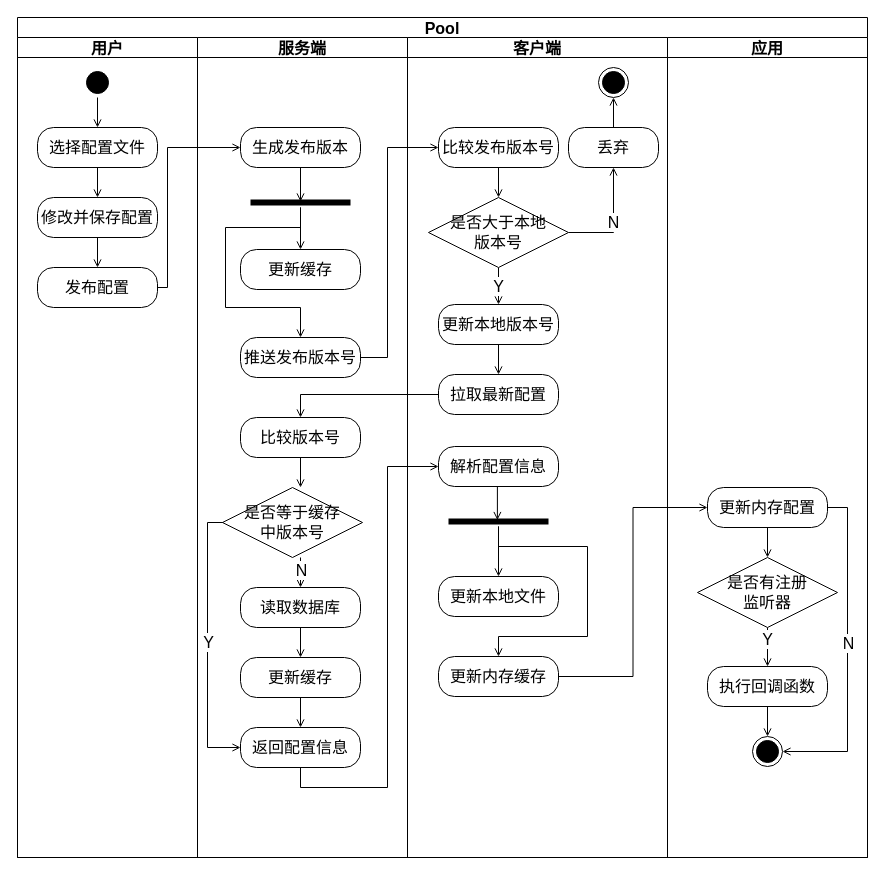
Earlier version of the draw.io diagram page "活动图" (7 of 7) of structure.drawio (WWj5921/ConfigCenter). Source tidied: cells renumbered, new cells numbered last; positions are measured from the earlier drawing's top-left corner, leaving out a move shared by most shapes. Both pictures are drawn from the tidied source at 100%, with x=0, y=0 at pixel (17, 17).
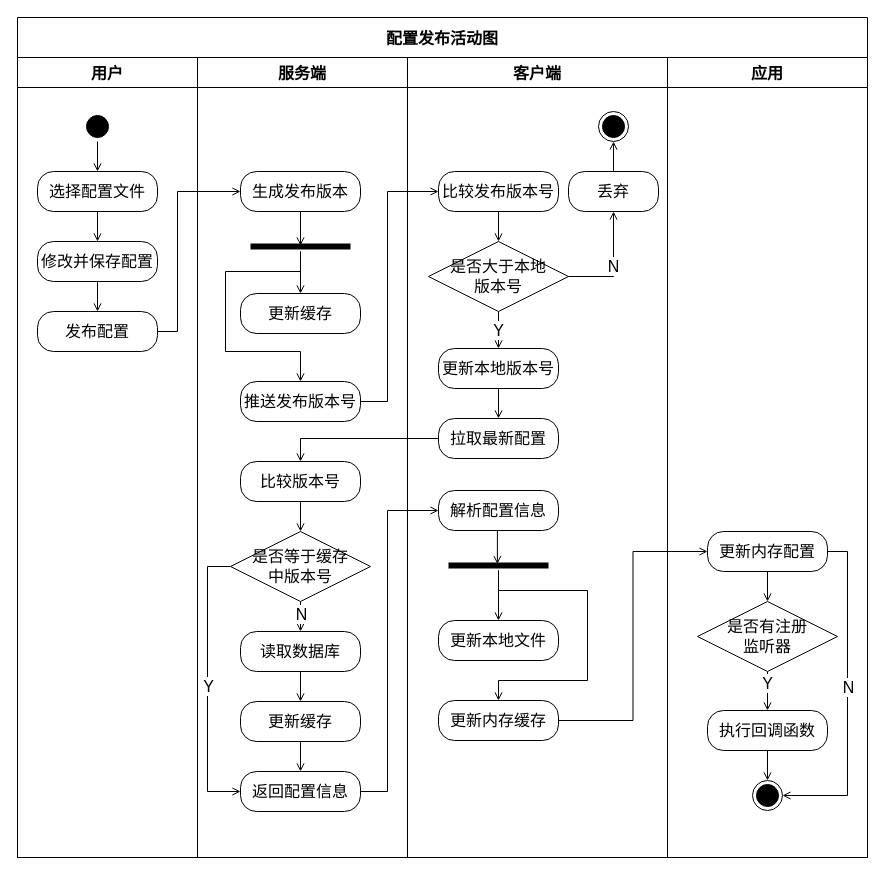
After the change.

Change to the diagram source:
```diff
@@
-    <mxCell id="2" value="Pool" style="swimlane;startSize=20;fontFamily=华文宋体;fontSize=16;strokeColor=#000000;strokeWidth=1;" parent="1" vertex="1">
+    <mxCell id="2" value="配置发布活动图" style="swimlane;startSize=40;fontFamily=华文宋体;fontSize=16;strokeColor=#000000;strokeWidth=1;" parent="1" vertex="1">
       <mxGeometry width="850" height="840" as="geometry" />
     </mxCell>
-    <mxCell id="3" value="用户" style="swimlane;startSize=20;fontFamily=华文宋体;fontSize=16;strokeColor=#000000;strokeWidth=1;" parent="2" vertex="1">
-      <mxGeometry y="20" width="180" height="820" as="geometry" />
+    <mxCell id="3" value="用户" style="swimlane;startSize=30;fontFamily=华文宋体;fontSize=16;strokeColor=#000000;strokeWidth=1;" parent="2" vertex="1">
+      <mxGeometry y="40" width="180" height="800" as="geometry" />
     </mxCell>
@@
     <mxCell id="5" style="ellipse;html=1;shape=startState;fillColor=#000000;strokeColor=#000000;fontFamily=华文宋体;fontSize=16;" parent="3" vertex="1">
-      <mxGeometry x="65" y="30" width="30" height="30" as="geometry" />
+      <mxGeometry x="65" y="54" width="30" height="30" as="geometry" />
     </mxCell>
@@
     <mxCell id="7" value="选择配置文件" style="rounded=1;whiteSpace=wrap;html=1;arcSize=40;fontColor=#000000;fillColor=#FFFFFF;strokeColor=#000000;fontFamily=华文宋体;fontSize=16;" parent="3" vertex="1">
-      <mxGeometry x="20" y="90" width="120" height="40" as="geometry" />
+      <mxGeometry x="20" y="114" width="120" height="40" as="geometry" />
     </mxCell>
@@
     <mxCell id="9" value="修改并保存配置" style="rounded=1;whiteSpace=wrap;html=1;arcSize=40;fontColor=#000000;fillColor=#FFFFFF;strokeColor=#000000;fontFamily=华文宋体;fontSize=16;" parent="3" vertex="1">
-      <mxGeometry x="20" y="160" width="120" height="40" as="geometry" />
+      <mxGeometry x="20" y="184" width="120" height="40" as="geometry" />
     </mxCell>
     <mxCell id="10" value="发布配置" style="rounded=1;whiteSpace=wrap;html=1;arcSize=40;fontColor=#000000;fillColor=#FFFFFF;strokeColor=#000000;fontFamily=华文宋体;fontSize=16;" parent="3" vertex="1">
-      <mxGeometry x="20" y="230" width="120" height="40" as="geometry" />
+      <mxGeometry x="20" y="254" width="120" height="40" as="geometry" />
     </mxCell>
-    <mxCell id="11" value="服务端" style="swimlane;startSize=20;fontFamily=华文宋体;fontSize=16;strokeColor=#000000;strokeWidth=1;" parent="2" vertex="1">
-      <mxGeometry x="180" y="20" width="210" height="820" as="geometry" />
+    <mxCell id="11" value="服务端" style="swimlane;startSize=30;fontFamily=华文宋体;fontSize=16;strokeColor=#000000;strokeWidth=1;" parent="2" vertex="1">
+      <mxGeometry x="180" y="40" width="210" height="800" as="geometry" />
     </mxCell>
@@
     <mxCell id="13" value="生成发布版本" style="rounded=1;whiteSpace=wrap;html=1;arcSize=40;fontColor=#000000;fillColor=#FFFFFF;strokeColor=#000000;fontFamily=华文宋体;fontSize=16;" parent="11" vertex="1">
-      <mxGeometry x="43" y="90" width="120" height="40" as="geometry" />
+      <mxGeometry x="43" y="114" width="120" height="40" as="geometry" />
     </mxCell>
     <mxCell id="14" value="推送发布版本号" style="rounded=1;whiteSpace=wrap;html=1;arcSize=40;fontColor=#000000;fillColor=#FFFFFF;strokeColor=#000000;fontFamily=华文宋体;fontSize=16;" parent="11" vertex="1">
-      <mxGeometry x="43" y="300" width="120" height="40" as="geometry" />
+      <mxGeometry x="43" y="324" width="120" height="40" as="geometry" />
     </mxCell>
@@
     <mxCell id="16" style="edgeStyle=orthogonalEdgeStyle;rounded=0;jumpSize=7;jettySize=auto;html=1;entryX=0.5;entryY=0;entryDx=0;entryDy=0;fontFamily=华文宋体;fontSize=16;startArrow=none;startFill=0;endArrow=open;endFill=0;endSize=6;strokeColor=#000000;strokeWidth=1;" parent="11" edge="1" source="17" target="14">
       <mxGeometry relative="1" as="geometry">
         <Array as="points">
-          <mxPoint x="103" y="190" />
-          <mxPoint x="28" y="190" />
-          <mxPoint x="28" y="270" />
-          <mxPoint x="103" y="270" />
+          <mxPoint x="103" y="214" />
+          <mxPoint x="28" y="214" />
+          <mxPoint x="28" y="294" />
+          <mxPoint x="103" y="294" />
         </Array>
       </mxGeometry>
     </mxCell>
     <mxCell id="17" style="shape=line;html=1;strokeWidth=6;strokeColor=#000000;fontFamily=华文宋体;fontSize=16;fillColor=#FFFFFF;" parent="11" vertex="1">
-      <mxGeometry x="53" y="160" width="100" height="10" as="geometry" />
+      <mxGeometry x="53" y="184" width="100" height="10" as="geometry" />
     </mxCell>
     <mxCell id="18" value="更新缓存" style="rounded=1;whiteSpace=wrap;html=1;arcSize=40;fontColor=#000000;fillColor=#FFFFFF;strokeColor=#000000;fontFamily=华文宋体;fontSize=16;" parent="11" vertex="1">
-      <mxGeometry x="43" y="212" width="120" height="40" as="geometry" />
+      <mxGeometry x="43" y="236" width="120" height="40" as="geometry" />
     </mxCell>
     <mxCell id="19" style="edgeStyle=orthogonalEdgeStyle;rounded=0;jumpSize=7;jettySize=auto;html=1;exitX=0.5;exitY=1;exitDx=0;exitDy=0;entryX=0.5;entryY=0;entryDx=0;entryDy=0;fontFamily=华文宋体;fontSize=16;startArrow=none;startFill=0;endArrow=open;endFill=0;endSize=6;strokeColor=#000000;strokeWidth=1;" parent="11" edge="1" source="20">
       <mxGeometry relative="1" as="geometry">
-        <mxPoint x="103" y="450" as="targetPoint" />
+        <mxPoint x="103" y="474" as="targetPoint" />
       </mxGeometry>
     </mxCell>
     <mxCell id="20" value="比较版本号" style="rounded=1;whiteSpace=wrap;html=1;arcSize=40;fontColor=#000000;fillColor=#FFFFFF;strokeColor=#000000;fontFamily=华文宋体;fontSize=16;" parent="11" vertex="1">
-      <mxGeometry x="43" y="380" width="120" height="40" as="geometry" />
+      <mxGeometry x="43" y="404" width="120" height="40" as="geometry" />
     </mxCell>
     <mxCell id="21" style="edgeStyle=orthogonalEdgeStyle;rounded=0;jumpSize=7;jettySize=auto;html=1;exitX=0.5;exitY=1;exitDx=0;exitDy=0;entryX=0.5;entryY=0;entryDx=0;entryDy=0;fontFamily=华文宋体;fontSize=16;startArrow=none;startFill=0;endArrow=open;endFill=0;endSize=6;strokeColor=#000000;strokeWidth=1;" parent="11" edge="1" target="27">
       <mxGeometry relative="1" as="geometry">
-        <mxPoint x="103" y="520" as="sourcePoint" />
+        <mxPoint x="103" y="544" as="sourcePoint" />
       </mxGeometry>
     </mxCell>
@@
     <mxCell id="23" style="edgeStyle=orthogonalEdgeStyle;rounded=0;jumpSize=7;jettySize=auto;html=1;exitX=0;exitY=0.5;exitDx=0;exitDy=0;entryX=0;entryY=0.5;entryDx=0;entryDy=0;fontFamily=华文宋体;fontSize=16;startArrow=none;startFill=0;endArrow=open;endFill=0;endSize=6;strokeColor=#000000;strokeWidth=1;" parent="11" edge="1" target="30">
       <mxGeometry relative="1" as="geometry">
-        <mxPoint x="33" y="485" as="sourcePoint" />
+        <mxPoint x="33" y="509" as="sourcePoint" />
         <Array as="points">
-          <mxPoint x="10" y="485" />
-          <mxPoint x="10" y="710" />
+          <mxPoint x="10" y="509" />
+          <mxPoint x="10" y="734" />
         </Array>
       </mxGeometry>
     </mxCell>
@@
     <mxCell id="25" value="是否等于缓存&lt;br style=&quot;font-size: 16px;&quot;&gt;中版本号" style="rhombus;whiteSpace=wrap;html=1;fillColor=#FFFFFF;strokeColor=#000000;fontFamily=华文宋体;fontSize=16;" parent="11" vertex="1">
-      <mxGeometry x="25" y="450" width="140" height="70" as="geometry" />
+      <mxGeometry x="33" y="474" width="140" height="70" as="geometry" />
     </mxCell>
@@
     <mxCell id="27" value="读取数据库" style="rounded=1;whiteSpace=wrap;html=1;arcSize=40;fontColor=#000000;fillColor=#FFFFFF;strokeColor=#000000;fontFamily=华文宋体;fontSize=16;" parent="11" vertex="1">
-      <mxGeometry x="43" y="550" width="120" height="40" as="geometry" />
+      <mxGeometry x="43" y="574" width="120" height="40" as="geometry" />
     </mxCell>
@@
     <mxCell id="29" value="更新缓存" style="rounded=1;whiteSpace=wrap;html=1;arcSize=40;fontColor=#000000;fillColor=#FFFFFF;strokeColor=#000000;fontFamily=华文宋体;fontSize=16;" parent="11" vertex="1">
-      <mxGeometry x="43" y="620" width="120" height="40" as="geometry" />
+      <mxGeometry x="43" y="644" width="120" height="40" as="geometry" />
     </mxCell>
     <mxCell id="30" value="返回配置信息" style="rounded=1;whiteSpace=wrap;html=1;arcSize=40;fontColor=#000000;fillColor=#FFFFFF;strokeColor=#000000;fontFamily=华文宋体;fontSize=16;" parent="11" vertex="1">
-      <mxGeometry x="43" y="690" width="120" height="40" as="geometry" />
+      <mxGeometry x="43" y="714" width="120" height="40" as="geometry" />
     </mxCell>
-    <mxCell id="31" value="客户端" style="swimlane;startSize=20;fontFamily=华文宋体;fontSize=16;strokeColor=#000000;strokeWidth=1;" parent="2" vertex="1">
-      <mxGeometry x="390" y="20" width="260" height="820" as="geometry" />
+    <mxCell id="31" value="客户端" style="swimlane;startSize=30;fontFamily=华文宋体;fontSize=16;strokeColor=#000000;strokeWidth=1;" parent="2" vertex="1">
+      <mxGeometry x="390" y="40" width="260" height="800" as="geometry" />
     </mxCell>
@@
     <mxCell id="33" value="比较发布版本号" style="rounded=1;whiteSpace=wrap;html=1;arcSize=40;fontColor=#000000;fillColor=#FFFFFF;strokeColor=#000000;fontFamily=华文宋体;fontSize=16;" parent="31" vertex="1">
-      <mxGeometry x="31" y="90" width="120" height="40" as="geometry" />
+      <mxGeometry x="31" y="114" width="120" height="40" as="geometry" />
     </mxCell>
@@
     <mxCell id="36" value="是否大于本地&lt;br style=&quot;font-size: 16px;&quot;&gt;版本号" style="rhombus;whiteSpace=wrap;html=1;fillColor=#FFFFFF;strokeColor=#000000;fontFamily=华文宋体;fontSize=16;" parent="31" vertex="1">
-      <mxGeometry x="21" y="160" width="140" height="70" as="geometry" />
+      <mxGeometry x="21" y="184" width="140" height="70" as="geometry" />
     </mxCell>
@@
     <mxCell id="38" value="丢弃" style="rounded=1;whiteSpace=wrap;html=1;arcSize=40;fontColor=#000000;fillColor=#FFFFFF;strokeColor=#000000;fontFamily=华文宋体;fontSize=16;" parent="31" vertex="1">
-      <mxGeometry x="161" y="90" width="90" height="40" as="geometry" />
+      <mxGeometry x="161" y="114" width="90" height="40" as="geometry" />
     </mxCell>
     <mxCell id="39" style="ellipse;html=1;shape=endState;fillColor=#000000;strokeColor=#000000;fontFamily=华文宋体;fontSize=16;" parent="31" vertex="1">
-      <mxGeometry x="191" y="30" width="30" height="30" as="geometry" />
+      <mxGeometry x="191" y="54" width="30" height="30" as="geometry" />
     </mxCell>
@@
     <mxCell id="41" value="更新本地版本号" style="rounded=1;whiteSpace=wrap;html=1;arcSize=40;fontColor=#000000;fillColor=#FFFFFF;strokeColor=#000000;fontFamily=华文宋体;fontSize=16;" parent="31" vertex="1">
-      <mxGeometry x="31" y="267" width="120" height="40" as="geometry" />
+      <mxGeometry x="31" y="291" width="120" height="40" as="geometry" />
     </mxCell>
     <mxCell id="42" value="拉取最新配置" style="rounded=1;whiteSpace=wrap;html=1;arcSize=40;fontColor=#000000;fillColor=#FFFFFF;strokeColor=#000000;fontFamily=华文宋体;fontSize=16;" parent="31" vertex="1">
-      <mxGeometry x="31" y="337" width="120" height="40" as="geometry" />
+      <mxGeometry x="31" y="361" width="120" height="40" as="geometry" />
     </mxCell>
@@
     <mxCell id="44" value="解析配置信息" style="rounded=1;whiteSpace=wrap;html=1;arcSize=40;fontColor=#000000;fillColor=#FFFFFF;strokeColor=#000000;fontFamily=华文宋体;fontSize=16;" parent="31" vertex="1">
-      <mxGeometry x="31" y="409" width="120" height="40" as="geometry" />
+      <mxGeometry x="31" y="433" width="120" height="40" as="geometry" />
     </mxCell>
     <mxCell id="45" value="更新本地文件" style="rounded=1;whiteSpace=wrap;html=1;arcSize=40;fontColor=#000000;fillColor=#FFFFFF;strokeColor=#000000;fontFamily=华文宋体;fontSize=16;" parent="31" vertex="1">
-      <mxGeometry x="31" y="539" width="120" height="40" as="geometry" />
+      <mxGeometry x="31" y="563" width="120" height="40" as="geometry" />
     </mxCell>
@@
     <mxCell id="47" style="edgeStyle=orthogonalEdgeStyle;rounded=0;jumpSize=7;jettySize=auto;html=1;entryX=0.5;entryY=0;entryDx=0;entryDy=0;fontFamily=华文宋体;fontSize=16;startArrow=none;startFill=0;endArrow=open;endFill=0;endSize=6;strokeColor=#000000;strokeWidth=1;" parent="31" edge="1" source="48" target="49">
       <mxGeometry relative="1" as="geometry">
         <Array as="points">
-          <mxPoint x="91" y="509" />
-          <mxPoint x="180" y="509" />
-          <mxPoint x="180" y="599" />
-          <mxPoint x="91" y="599" />
+          <mxPoint x="91" y="533" />
+          <mxPoint x="180" y="533" />
+          <mxPoint x="180" y="623" />
+          <mxPoint x="91" y="623" />
         </Array>
       </mxGeometry>
     </mxCell>
     <mxCell id="48" style="shape=line;html=1;strokeWidth=6;strokeColor=#000000;fontFamily=华文宋体;fontSize=16;fillColor=#FFFFFF;" parent="31" vertex="1">
-      <mxGeometry x="41" y="479" width="100" height="10" as="geometry" />
+      <mxGeometry x="41" y="503" width="100" height="10" as="geometry" />
     </mxCell>
     <mxCell id="49" value="更新内存缓存" style="rounded=1;whiteSpace=wrap;html=1;arcSize=40;fontColor=#000000;fillColor=#FFFFFF;strokeColor=#000000;fontFamily=华文宋体;fontSize=16;" parent="31" vertex="1">
-      <mxGeometry x="31" y="619" width="120" height="40" as="geometry" />
+      <mxGeometry x="31" y="643" width="120" height="40" as="geometry" />
     </mxCell>
-    <mxCell id="50" style="edgeStyle=orthogonalEdgeStyle;rounded=0;jumpSize=7;jettySize=auto;html=1;exitX=1;exitY=0.5;exitDx=0;exitDy=0;entryX=0;entryY=0.5;entryDx=0;entryDy=0;fontFamily=华文宋体;fontSize=16;startArrow=none;startFill=0;endArrow=open;endFill=0;endSize=6;strokeColor=#000000;strokeWidth=1;" parent="2" edge="1" source="10" target="13">
-      <mxGeometry relative="1" as="geometry">
-        <Array as="points">
-          <mxPoint x="150" y="270" />
-          <mxPoint x="150" y="130" />
-        </Array>
-      </mxGeometry>
-    </mxCell>
@@
-    <mxCell id="52" style="edgeStyle=orthogonalEdgeStyle;rounded=0;jumpSize=7;jettySize=auto;html=1;exitX=1;exitY=0.5;exitDx=0;exitDy=0;entryX=0;entryY=0.5;entryDx=0;entryDy=0;fontFamily=华文宋体;fontSize=16;startArrow=none;startFill=0;endArrow=open;endFill=0;endSize=6;strokeColor=#000000;strokeWidth=1;" parent="2" edge="1" source="14" target="33">
-      <mxGeometry relative="1" as="geometry">
-        <Array as="points">
-          <mxPoint x="370" y="340" />
-          <mxPoint x="370" y="130" />
-        </Array>
-      </mxGeometry>
-    </mxCell>
-    <mxCell id="53" value="应用" style="swimlane;startSize=20;fontFamily=华文宋体;fontSize=16;strokeColor=#000000;strokeWidth=1;" parent="2" vertex="1">
-      <mxGeometry x="650" y="20" width="200" height="820" as="geometry" />
+    <mxCell id="53" value="应用" style="swimlane;startSize=30;fontFamily=华文宋体;fontSize=16;strokeColor=#000000;strokeWidth=1;" parent="2" vertex="1">
+      <mxGeometry x="650" y="40" width="200" height="800" as="geometry" />
     </mxCell>
@@
     <mxCell id="57" value="更新内存配置" style="rounded=1;whiteSpace=wrap;html=1;arcSize=40;fontColor=#000000;fillColor=#FFFFFF;strokeColor=#000000;fontFamily=华文宋体;fontSize=16;" parent="53" vertex="1">
-      <mxGeometry x="40" y="450" width="120" height="40" as="geometry" />
+      <mxGeometry x="40" y="474" width="120" height="40" as="geometry" />
     </mxCell>
@@
     <mxCell id="60" value="是否有注册&lt;br style=&quot;font-size: 16px;&quot;&gt;监听器" style="rhombus;whiteSpace=wrap;html=1;fillColor=#FFFFFF;strokeColor=#000000;fontFamily=华文宋体;fontSize=16;" parent="53" vertex="1">
-      <mxGeometry x="30" y="520" width="140" height="70" as="geometry" />
+      <mxGeometry x="30" y="544" width="140" height="70" as="geometry" />
     </mxCell>
@@
     <mxCell id="62" value="执行回调函数" style="rounded=1;whiteSpace=wrap;html=1;arcSize=40;fontColor=#000000;fillColor=#FFFFFF;strokeColor=#000000;fontFamily=华文宋体;fontSize=16;" parent="53" vertex="1">
-      <mxGeometry x="40" y="629" width="120" height="40" as="geometry" />
+      <mxGeometry x="40" y="653" width="120" height="40" as="geometry" />
     </mxCell>
     <mxCell id="63" style="ellipse;html=1;shape=endState;fillColor=#000000;strokeColor=#000000;fontFamily=华文宋体;fontSize=16;" parent="53" vertex="1">
-      <mxGeometry x="85" y="699" width="30" height="30" as="geometry" />
+      <mxGeometry x="85" y="723" width="30" height="30" as="geometry" />
     </mxCell>
@@
+    <mxCell id="50" style="edgeStyle=orthogonalEdgeStyle;rounded=0;jumpSize=7;jettySize=auto;html=1;exitX=1;exitY=0.5;exitDx=0;exitDy=0;entryX=0;entryY=0.5;entryDx=0;entryDy=0;fontFamily=华文宋体;fontSize=16;startArrow=none;startFill=0;endArrow=open;endFill=0;endSize=6;strokeColor=#000000;strokeWidth=1;" parent="2" edge="1" source="10" target="13">
+      <mxGeometry relative="1" as="geometry">
+        <Array as="points">
+          <mxPoint x="160" y="314" />
+          <mxPoint x="160" y="174" />
+        </Array>
+      </mxGeometry>
+    </mxCell>
+    <mxCell id="52" style="edgeStyle=orthogonalEdgeStyle;rounded=0;jumpSize=7;jettySize=auto;html=1;exitX=1;exitY=0.5;exitDx=0;exitDy=0;entryX=0;entryY=0.5;entryDx=0;entryDy=0;fontFamily=华文宋体;fontSize=16;startArrow=none;startFill=0;endArrow=open;endFill=0;endSize=6;strokeColor=#000000;strokeWidth=1;" parent="2" edge="1" source="14" target="33">
+      <mxGeometry relative="1" as="geometry">
+        <Array as="points">
+          <mxPoint x="370" y="384" />
+          <mxPoint x="370" y="174" />
+        </Array>
+      </mxGeometry>
+    </mxCell>
-    <mxCell id="65" style="edgeStyle=orthogonalEdgeStyle;rounded=0;jumpSize=7;jettySize=auto;html=1;exitX=0.5;exitY=1;exitDx=0;exitDy=0;entryX=0;entryY=0.5;entryDx=0;entryDy=0;fontFamily=华文宋体;fontSize=16;startArrow=none;startFill=0;endArrow=open;endFill=0;endSize=6;strokeColor=#000000;strokeWidth=1;" parent="2" edge="1" source="30" target="44">
+    <mxCell id="65" style="edgeStyle=orthogonalEdgeStyle;rounded=0;jumpSize=7;jettySize=auto;html=1;exitX=1;exitY=0.5;exitDx=0;exitDy=0;entryX=0;entryY=0.5;entryDx=0;entryDy=0;fontFamily=华文宋体;fontSize=16;startArrow=none;startFill=0;endArrow=open;endFill=0;endSize=6;strokeColor=#000000;strokeWidth=1;" parent="2" edge="1" source="30" target="44">
       <mxGeometry relative="1" as="geometry">
         <Array as="points">
-          <mxPoint x="283" y="770" />
-          <mxPoint x="370" y="770" />
-          <mxPoint x="370" y="449" />
+          <mxPoint x="370" y="774" />
+          <mxPoint x="370" y="493" />
         </Array>
       </mxGeometry>
     </mxCell>
```
